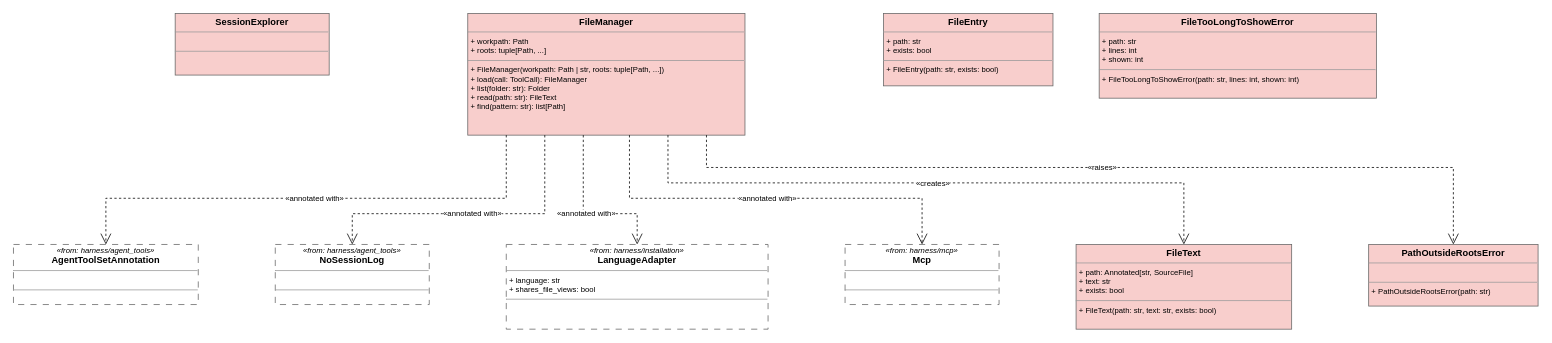
Earlier version of the draw.io diagram space/session/files/.context/files-model.drawio (abd-works/abd-context-driven-delivery). Source tidied: cells renumbered, new cells numbered last; positions are measured from the earlier drawing's top-left corner, leaving out a move shared by most shapes. Both pictures are drawn from the tidied source at 77%, with x=0, y=0 at pixel (13, 13).
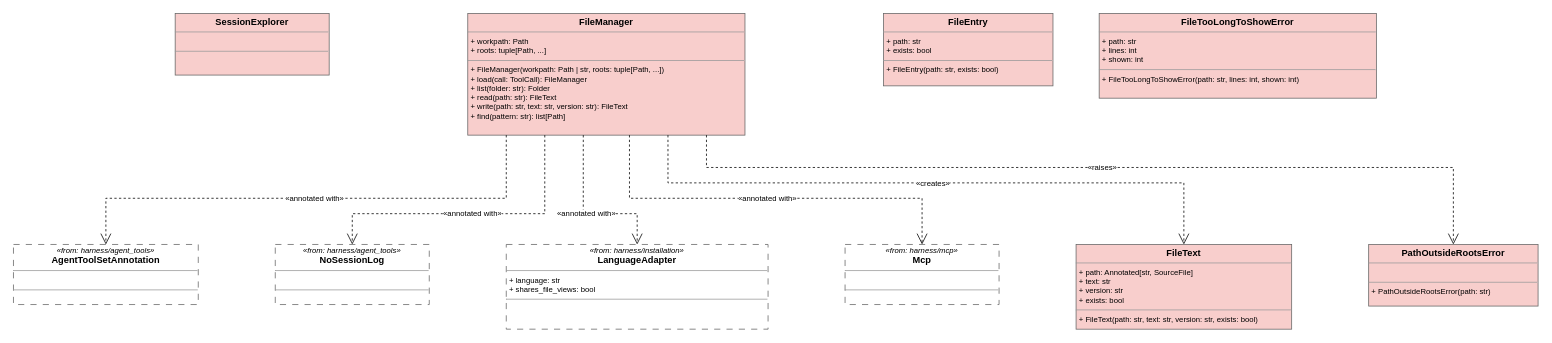
The same page after the edit.

Change to the diagram source:
```diff
@@
-    <mxCell id="7" value="&lt;p style=&quot;margin:0px;margin-top:4px;text-align:center;&quot;&gt;&lt;b&gt;FileManager&lt;/b&gt;&lt;/p&gt;&lt;hr size=&quot;1&quot;/&gt;&lt;p style=&quot;margin:0px;margin-left:4px;font-size:10px;&quot;&gt;+ workpath: Path&lt;br/&gt;+ roots: tuple[Path, ...]&lt;br/&gt;&lt;/p&gt;&lt;hr size=&quot;1&quot;/&gt;&lt;p style=&quot;margin:0px;margin-left:4px;font-size:10px;&quot;&gt;+ FileManager(workpath: Path | str, roots: tuple[Path, ...])&lt;br/&gt;+ load(call: ToolCall): FileManager&lt;br/&gt;+ list(folder: str): Folder&lt;br/&gt;+ read(path: str): FileText&lt;br/&gt;+ find(pattern: str): list[Path]&lt;br/&gt;&lt;/p&gt;" style="verticalAlign=top;align=left;overflow=fill;fontSize=12;fontFamily=Helvetica;html=1;whiteSpace=wrap;fillColor=#f8cecc;strokeColor=#666666;module=space/session/files;" parent="1" vertex="1">
+    <mxCell id="7" value="&lt;p style=&quot;margin:0px;margin-top:4px;text-align:center;&quot;&gt;&lt;b&gt;FileManager&lt;/b&gt;&lt;/p&gt;&lt;hr size=&quot;1&quot;/&gt;&lt;p style=&quot;margin:0px;margin-left:4px;font-size:10px;&quot;&gt;+ workpath: Path&lt;br/&gt;+ roots: tuple[Path, ...]&lt;br/&gt;&lt;/p&gt;&lt;hr size=&quot;1&quot;/&gt;&lt;p style=&quot;margin:0px;margin-left:4px;font-size:10px;&quot;&gt;+ FileManager(workpath: Path | str, roots: tuple[Path, ...])&lt;br/&gt;+ load(call: ToolCall): FileManager&lt;br/&gt;+ list(folder: str): Folder&lt;br/&gt;+ read(path: str): FileText&lt;br/&gt;+ write(path: str, text: str, version: str): FileText&lt;br/&gt;+ find(pattern: str): list[Path]&lt;br/&gt;&lt;/p&gt;" style="verticalAlign=top;align=left;overflow=fill;fontSize=12;fontFamily=Helvetica;html=1;whiteSpace=wrap;fillColor=#f8cecc;strokeColor=#666666;module=space/session/files;" parent="1" vertex="1">
       <mxGeometry x="590" width="360" height="158" as="geometry" />
     </mxCell>
@@
-    <mxCell id="9" value="&lt;p style=&quot;margin:0px;margin-top:4px;text-align:center;&quot;&gt;&lt;b&gt;FileText&lt;/b&gt;&lt;/p&gt;&lt;hr size=&quot;1&quot;/&gt;&lt;p style=&quot;margin:0px;margin-left:4px;font-size:10px;&quot;&gt;+ path: Annotated[str, SourceFile]&lt;br/&gt;+ text: str&lt;br/&gt;+ exists: bool&lt;br/&gt;&lt;/p&gt;&lt;hr size=&quot;1&quot;/&gt;&lt;p style=&quot;margin:0px;margin-left:4px;font-size:10px;&quot;&gt;+ FileText(path: str, text: str, exists: bool)&lt;br/&gt;&lt;/p&gt;" style="verticalAlign=top;align=left;overflow=fill;fontSize=12;fontFamily=Helvetica;html=1;whiteSpace=wrap;fillColor=#f8cecc;strokeColor=#666666;module=space/session/files;" parent="1" vertex="1">
+    <mxCell id="9" value="&lt;p style=&quot;margin:0px;margin-top:4px;text-align:center;&quot;&gt;&lt;b&gt;FileText&lt;/b&gt;&lt;/p&gt;&lt;hr size=&quot;1&quot;/&gt;&lt;p style=&quot;margin:0px;margin-left:4px;font-size:10px;&quot;&gt;+ path: Annotated[str, SourceFile]&lt;br/&gt;+ text: str&lt;br/&gt;+ version: str&lt;br/&gt;+ exists: bool&lt;br/&gt;&lt;/p&gt;&lt;hr size=&quot;1&quot;/&gt;&lt;p style=&quot;margin:0px;margin-left:4px;font-size:10px;&quot;&gt;+ FileText(path: str, text: str, version: str, exists: bool)&lt;br/&gt;&lt;/p&gt;" style="verticalAlign=top;align=left;overflow=fill;fontSize=12;fontFamily=Helvetica;html=1;whiteSpace=wrap;fillColor=#f8cecc;strokeColor=#666666;module=space/session/files;" parent="1" vertex="1">
       <mxGeometry x="1380" y="300" width="280" height="110" as="geometry" />
     </mxCell>
```
